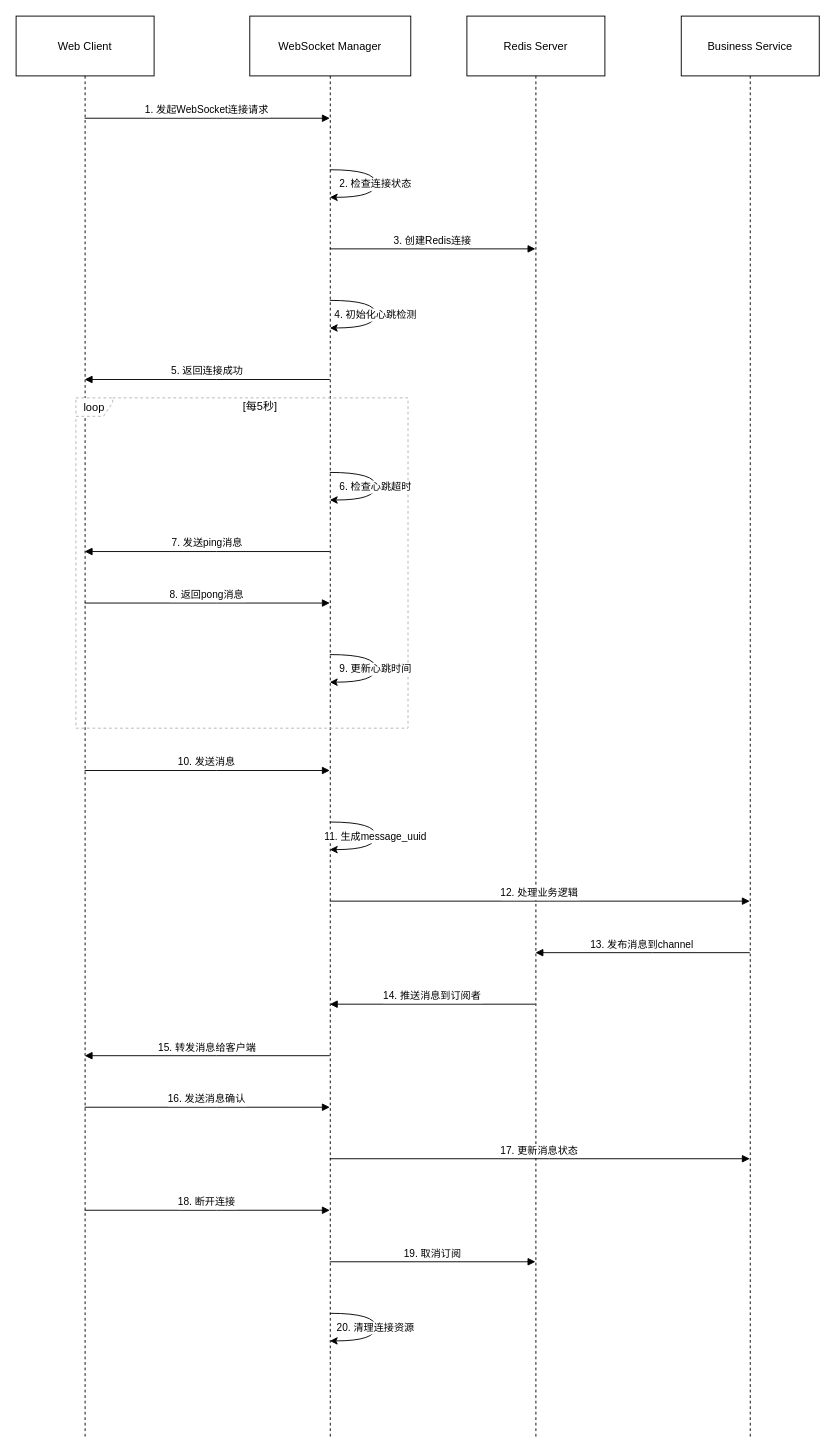
This is caichong-websocket.drawio from 786262170/self-docs, a draw.io file, before an edit. Source tidied: cells renumbered, new cells numbered last; positions are measured from the earlier drawing's top-left corner, leaving out a move shared by most shapes. Both pictures are drawn from the tidied source at 92%, with x=0, y=0 at pixel (16, 16).
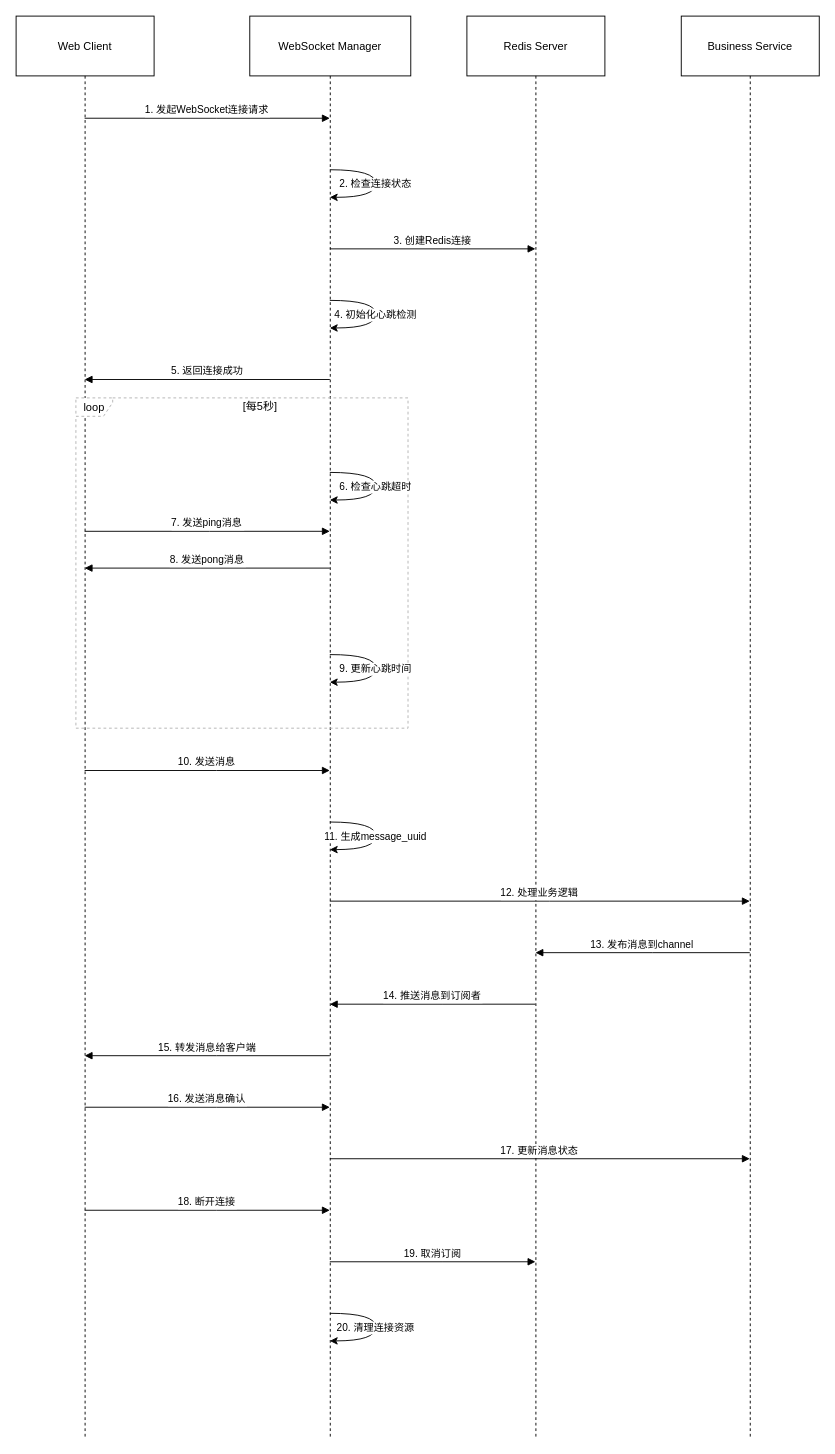
The same diagram, later.

Unchanged cells that the change refers to:
```xml
<mxCell id="2" value="Web Client" style="shape=umlLifeline;perimeter=lifelinePerimeter;whiteSpace=wrap;outlineConnect=0;portConstraint=eastwest;newEdgeStyle={&quot;edgeStyle&quot;:&quot;elbowEdgeStyle&quot;,&quot;elbow&quot;:&quot;vertical&quot;,&quot;curved&quot;:0,&quot;rounded&quot;:0};size=65;" parent="1" vertex="1">
  <mxGeometry width="150" height="1545" as="geometry" />
</mxCell>
<mxCell id="3" value="WebSocket Manager" style="shape=umlLifeline;perimeter=lifelinePerimeter;whiteSpace=wrap;outlineConnect=0;portConstraint=eastwest;newEdgeStyle={&quot;edgeStyle&quot;:&quot;elbowEdgeStyle&quot;,&quot;elbow&quot;:&quot;vertical&quot;,&quot;curved&quot;:0,&quot;rounded&quot;:0};size=65;" parent="1" vertex="1">
  <mxGeometry x="254" width="175" height="1545" as="geometry" />
</mxCell>
```

What changed in the source:
```diff
@@
-    <mxCell id="14" value="7. 发送ping消息" style="verticalAlign=bottom;endArrow=block;edgeStyle=elbowEdgeStyle;elbow=vertical;curved=0;rounded=0;" parent="1" edge="1" source="3" target="2">
+    <mxCell id="14" value="8. 发送pong消息" style="verticalAlign=bottom;endArrow=block;edgeStyle=elbowEdgeStyle;elbow=vertical;curved=0;rounded=0;" parent="1" edge="1" source="3" target="2">
       <mxGeometry relative="1" as="geometry">
         <Array as="points">
-          <mxPoint x="218" y="582" />
+          <mxPoint x="200" y="600" />
         </Array>
       </mxGeometry>
     </mxCell>
-    <mxCell id="15" value="8. 返回pong消息" style="verticalAlign=bottom;endArrow=block;edgeStyle=elbowEdgeStyle;elbow=vertical;curved=0;rounded=0;" parent="1" edge="1" source="2" target="3">
+    <mxCell id="15" value="7. 发送ping消息" style="verticalAlign=bottom;endArrow=block;edgeStyle=elbowEdgeStyle;elbow=vertical;curved=0;rounded=0;" parent="1" edge="1" source="2" target="3">
       <mxGeometry relative="1" as="geometry">
         <Array as="points">
-          <mxPoint x="218" y="638" />
+          <mxPoint x="210" y="560" />
         </Array>
       </mxGeometry>
     </mxCell>
```
